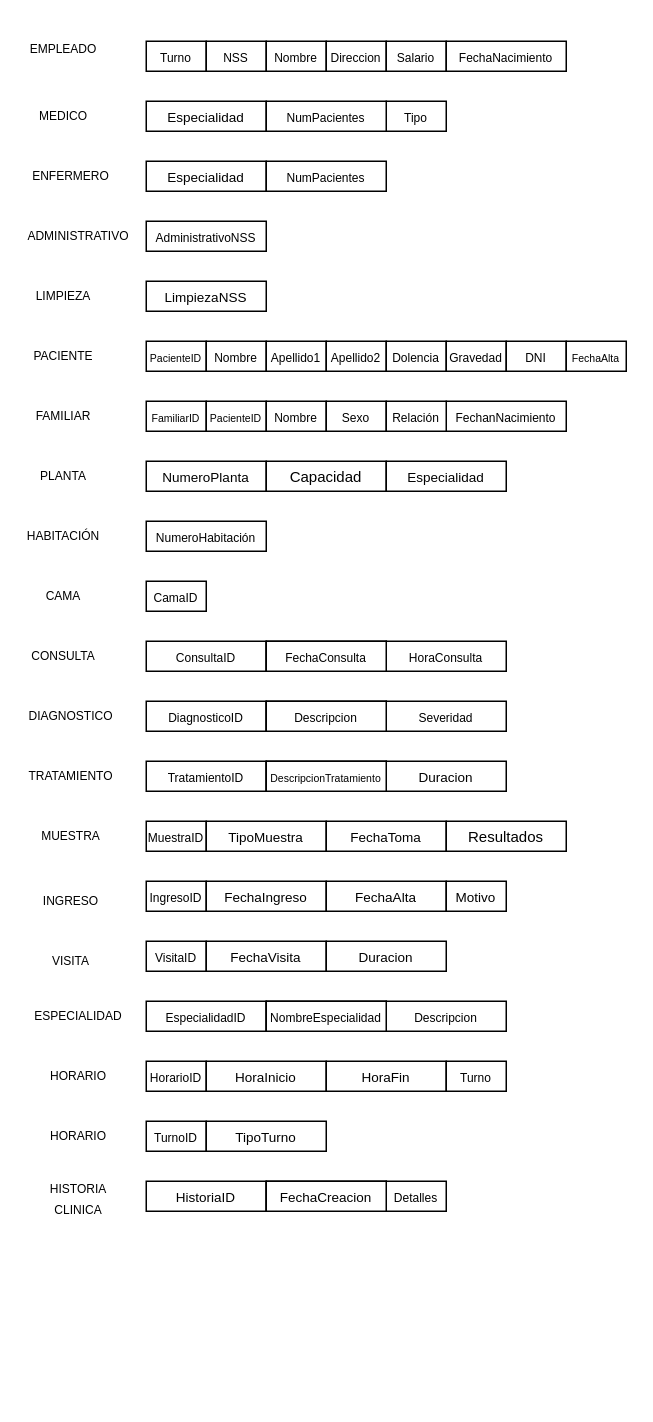
The draw.io diagram Hospital_entdiad_relacion.drawio in JaviOsuna/Hospital, before the edit. Source tidied: cells renumbered, new cells numbered last; positions are measured from the earlier drawing's top-left corner, leaving out a move shared by most shapes. Both pictures are drawn from the tidied source at 150%, with x=0, y=0 at pixel (26, 26).
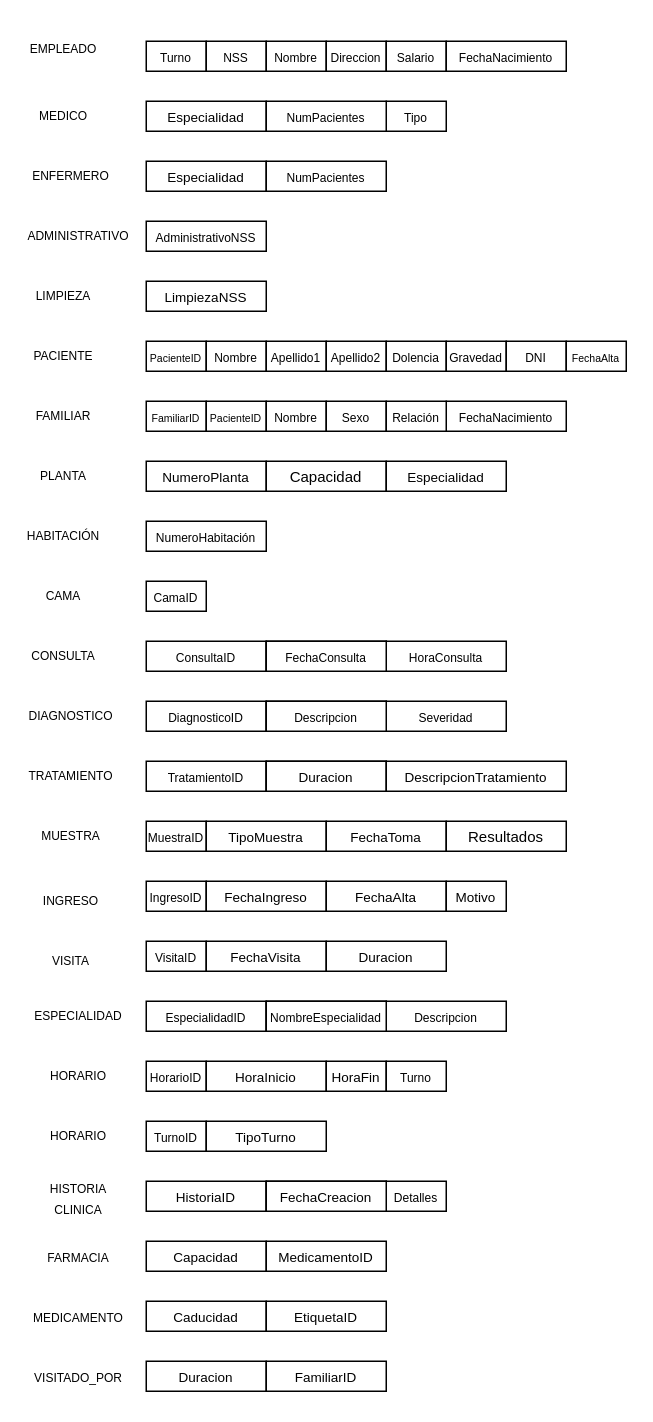
The same diagram, later.

Commit message:
feat: ultimo cambio

Change to the diagram source:
```diff
@@
-    <mxCell id="62" value="&lt;font style=&quot;font-size: 8px;&quot;&gt;FechanNacimiento&lt;/font&gt;" style="text;html=1;align=center;verticalAlign=middle;whiteSpace=wrap;rounded=0;strokeWidth=0;" parent="1" vertex="1">
+    <mxCell id="62" value="&lt;font style=&quot;font-size: 8px;&quot;&gt;FechaNacimiento&lt;/font&gt;" style="text;html=1;align=center;verticalAlign=middle;whiteSpace=wrap;rounded=0;strokeWidth=0;" parent="1" vertex="1">
       <mxGeometry x="280" y="250" width="80" height="20" as="geometry" />
     </mxCell>
@@
     <mxCell id="80" value="&lt;font style=&quot;font-size: 9px;&quot;&gt;Duracion&lt;/font&gt;" style="rounded=0;whiteSpace=wrap;html=1;" parent="1" vertex="1">
-      <mxGeometry x="240" y="490" width="80" height="20" as="geometry" />
+      <mxGeometry x="160" y="490" width="80" height="20" as="geometry" />
     </mxCell>
-    <mxCell id="81" value="&lt;font style=&quot;font-size: 7px;&quot;&gt;DescripcionTratamiento&lt;/font&gt;" style="rounded=0;whiteSpace=wrap;html=1;" parent="1" vertex="1">
-      <mxGeometry x="160" y="490" width="80" height="20" as="geometry" />
+    <mxCell id="81" value="&lt;font style=&quot;font-size: 9px;&quot;&gt;DescripcionTratamiento&lt;/font&gt;" style="rounded=0;whiteSpace=wrap;html=1;" parent="1" vertex="1">
+      <mxGeometry x="240" y="490" width="120" height="20" as="geometry" />
     </mxCell>
@@
     <mxCell id="104" value="&lt;font style=&quot;font-size: 9px;&quot;&gt;HoraFin&lt;/font&gt;" style="rounded=0;whiteSpace=wrap;html=1;" parent="1" vertex="1">
-      <mxGeometry x="200" y="690" width="80" height="20" as="geometry" />
+      <mxGeometry x="200" y="690" width="40" height="20" as="geometry" />
     </mxCell>
     <mxCell id="105" value="&lt;font style=&quot;font-size: 8px;&quot;&gt;Turno&lt;/font&gt;" style="rounded=0;whiteSpace=wrap;html=1;" parent="1" vertex="1">
-      <mxGeometry x="280" y="690" width="40" height="20" as="geometry" />
+      <mxGeometry x="240" y="690" width="40" height="20" as="geometry" />
     </mxCell>
@@
+    <mxCell id="115" value="&lt;font style=&quot;font-size: 9px;&quot;&gt;Capacidad&lt;/font&gt;" style="rounded=0;whiteSpace=wrap;html=1;" parent="1" vertex="1">
+      <mxGeometry x="80" y="810" width="80" height="20" as="geometry" />
+    </mxCell>
+    <mxCell id="116" value="&lt;div style=&quot;&quot;&gt;&lt;span style=&quot;font-size: 8px;&quot;&gt;FARMACIA&lt;/span&gt;&lt;/div&gt;" style="text;whiteSpace=wrap;html=1;align=center;" parent="1" vertex="1">
+      <mxGeometry y="806.2" width="70" height="27.5" as="geometry" />
+    </mxCell>
+    <mxCell id="117" value="&lt;font style=&quot;font-size: 9px;&quot;&gt;MedicamentoID&lt;/font&gt;" style="rounded=0;whiteSpace=wrap;html=1;" parent="1" vertex="1">
+      <mxGeometry x="160" y="810" width="80" height="20" as="geometry" />
+    </mxCell>
+    <mxCell id="118" value="&lt;font style=&quot;font-size: 9px;&quot;&gt;Caducidad&lt;/font&gt;" style="rounded=0;whiteSpace=wrap;html=1;" parent="1" vertex="1">
+      <mxGeometry x="80" y="850" width="80" height="20" as="geometry" />
+    </mxCell>
+    <mxCell id="119" value="&lt;font style=&quot;font-size: 9px;&quot;&gt;EtiquetaID&lt;/font&gt;" style="rounded=0;whiteSpace=wrap;html=1;" parent="1" vertex="1">
+      <mxGeometry x="160" y="850" width="80" height="20" as="geometry" />
+    </mxCell>
+    <mxCell id="120" value="&lt;div style=&quot;&quot;&gt;&lt;span style=&quot;font-size: 8px;&quot;&gt;MEDICAMENTO&lt;/span&gt;&lt;/div&gt;" style="text;whiteSpace=wrap;html=1;align=center;" parent="1" vertex="1">
+      <mxGeometry y="846.2" width="70" height="27.5" as="geometry" />
+    </mxCell>
+    <mxCell id="121" value="&lt;font style=&quot;font-size: 9px;&quot;&gt;Duracion&lt;/font&gt;" style="rounded=0;whiteSpace=wrap;html=1;" parent="1" vertex="1">
+      <mxGeometry x="80" y="890" width="80" height="20" as="geometry" />
+    </mxCell>
+    <mxCell id="122" value="&lt;font style=&quot;font-size: 9px;&quot;&gt;FamiliarID&lt;/font&gt;" style="rounded=0;whiteSpace=wrap;html=1;" parent="1" vertex="1">
+      <mxGeometry x="160" y="890" width="80" height="20" as="geometry" />
+    </mxCell>
+    <mxCell id="123" value="&lt;div style=&quot;&quot;&gt;&lt;span style=&quot;font-size: 8px;&quot;&gt;VISITADO_POR&lt;/span&gt;&lt;/div&gt;" style="text;whiteSpace=wrap;html=1;align=center;" parent="1" vertex="1">
+      <mxGeometry y="886.2" width="70" height="27.5" as="geometry" />
+    </mxCell>
```
